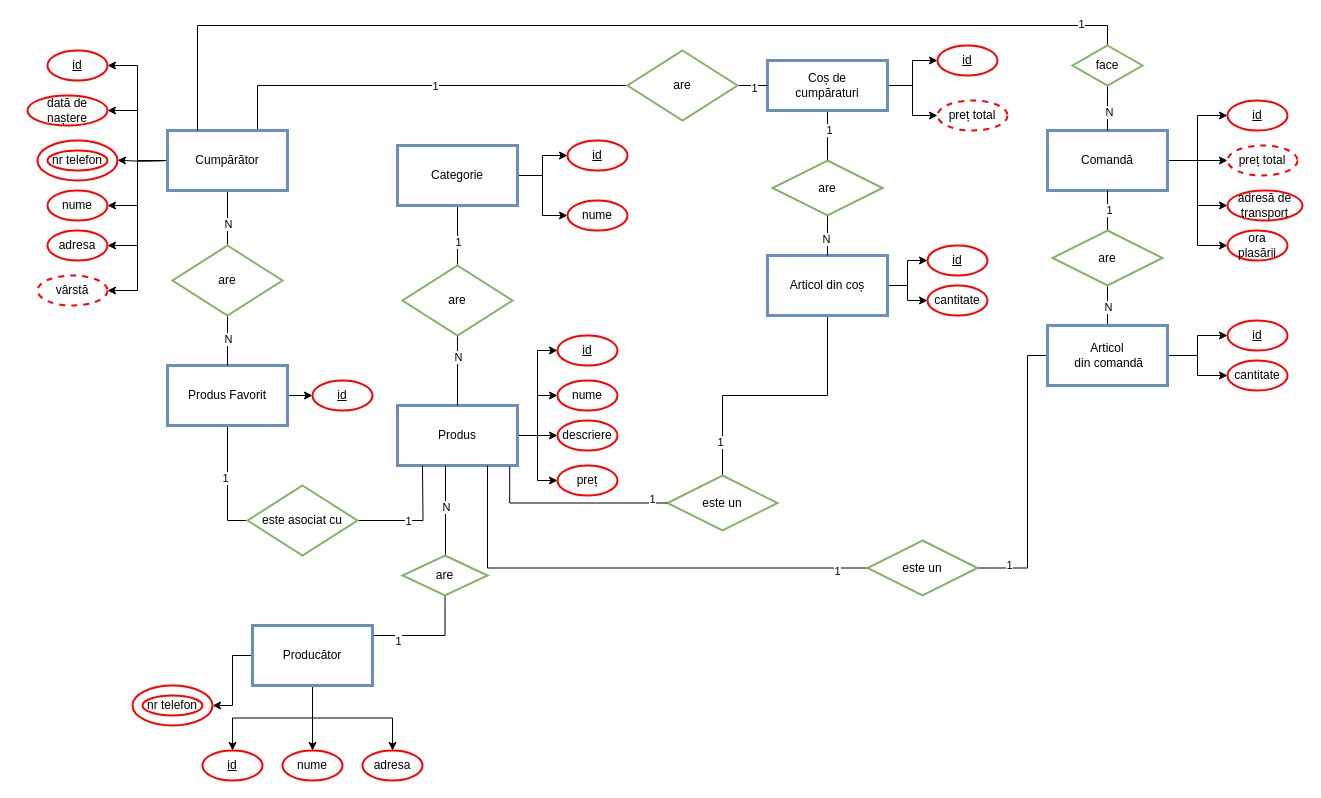
The draw.io diagram page "entity-relation diagram" (6 of 7) of use_case_diagram.drawio in ErikaRusznak/piazza-ecommerce, before the edit. Source tidied: cells renumbered, new cells numbered last; positions are measured from the earlier drawing's top-left corner, leaving out a move shared by most shapes. Both pictures are drawn from the tidied source at 100%, with x=0, y=0 at pixel (27, 25).
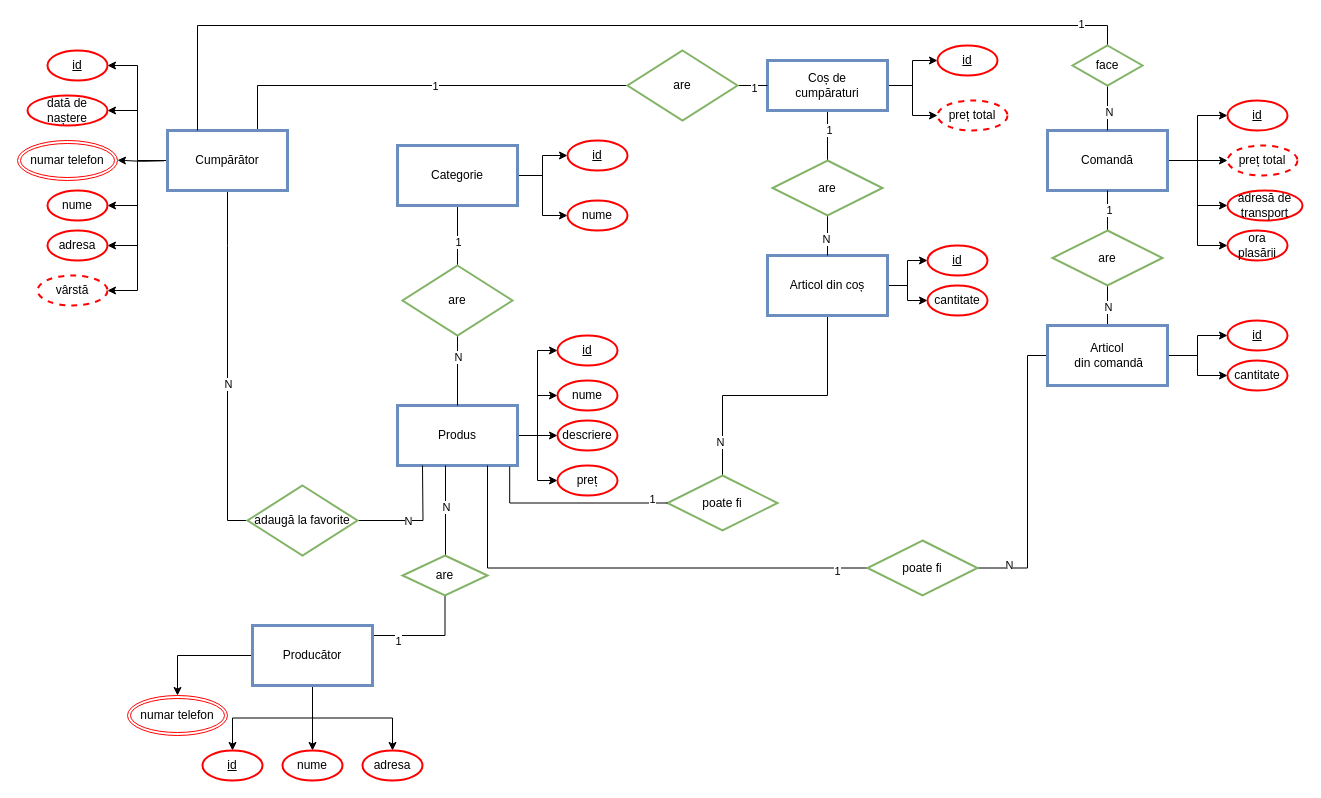
The same page after the edit.

Unchanged cells that the change refers to:
```xml
<mxCell id="8" value="Producător" style="rounded=0;whiteSpace=wrap;html=1;fillColor=none;strokeColor=#6c8ebf;strokeWidth=3;" parent="1" vertex="1">
  <mxGeometry x="225" y="600" width="120" height="60" as="geometry" />
</mxCell>
<mxCell id="19" value="Cumpărător" style="rounded=0;whiteSpace=wrap;html=1;fillColor=none;strokeColor=#6c8ebf;strokeWidth=3;" parent="1" vertex="1">
  <mxGeometry x="140" y="105" width="120" height="60" as="geometry" />
</mxCell>
<mxCell id="35" style="edgeStyle=orthogonalEdgeStyle;rounded=0;jettySize=auto;html=1;entryX=0.5;entryY=0;entryDx=0;entryDy=0;endArrow=none;endFill=0;" parent="1" edge="1" source="39" target="98">
  <mxGeometry relative="1" as="geometry" />
</mxCell>
<mxCell id="42" style="edgeStyle=orthogonalEdgeStyle;rounded=0;jettySize=auto;html=1;entryX=1;entryY=0.5;entryDx=0;entryDy=0;endArrow=none;endFill=0;" parent="1" edge="1" source="46" target="106">
  <mxGeometry relative="1" as="geometry">
    <Array as="points">
      <mxPoint x="1000" y="330" />
      <mxPoint x="1000" y="543" />
    </Array>
  </mxGeometry>
</mxCell>
<mxCell id="67" style="edgeStyle=orthogonalEdgeStyle;rounded=0;jettySize=auto;html=1;endArrow=none;endFill=0;exitX=1;exitY=0.5;exitDx=0;exitDy=0;" parent="1" edge="1" source="69">
  <mxGeometry relative="1" as="geometry">
    <mxPoint x="395" y="440" as="targetPoint" />
  </mxGeometry>
</mxCell>
```

Change to the diagram source:
```diff
@@
-    <mxCell id="7" style="edgeStyle=orthogonalEdgeStyle;rounded=0;jettySize=auto;html=1;entryX=1;entryY=0.5;entryDx=0;entryDy=0;" parent="1" edge="1" source="8" target="87">
-      <mxGeometry relative="1" as="geometry" />
-    </mxCell>
+    <mxCell id="117" style="edgeStyle=orthogonalEdgeStyle;rounded=0;jettySize=auto;html=1;" parent="1" edge="1" source="8" target="118">
+      <mxGeometry relative="1" as="geometry" />
+    </mxCell>
@@
-    <mxCell id="9" style="edgeStyle=orthogonalEdgeStyle;rounded=0;jettySize=auto;html=1;endArrow=none;endFill=0;" parent="1" edge="1" source="19" target="66">
-      <mxGeometry relative="1" as="geometry" />
+    <mxCell id="9" style="edgeStyle=orthogonalEdgeStyle;rounded=0;jettySize=auto;html=1;endArrow=none;endFill=0;" parent="1" edge="1" source="19">
+      <mxGeometry relative="1" as="geometry">
+        <mxPoint x="200" y="220" as="targetPoint" />
+      </mxGeometry>
     </mxCell>
-    <mxCell id="10" value="N" style="edgeLabel;html=1;align=center;verticalAlign=middle;" parent="9" vertex="1">
-      <mxGeometry x="0.17" relative="1" as="geometry">
-        <mxPoint y="1" as="offset" />
-      </mxGeometry>
-    </mxCell>
@@
-    <mxCell id="36" value="1" style="edgeLabel;html=1;align=center;verticalAlign=middle;" parent="35" vertex="1">
+    <mxCell id="36" value="N" style="edgeLabel;html=1;align=center;verticalAlign=middle;" parent="35" vertex="1">
       <mxGeometry x="0.74" y="-3" relative="1" as="geometry" />
     </mxCell>
@@
-    <mxCell id="43" value="1" style="edgeLabel;html=1;align=center;verticalAlign=middle;" parent="42" vertex="1">
+    <mxCell id="43" value="N" style="edgeLabel;html=1;align=center;verticalAlign=middle;" parent="42" vertex="1">
       <mxGeometry x="0.78" y="-3" relative="1" as="geometry" />
     </mxCell>
@@
-    <mxCell id="52" style="edgeStyle=orthogonalEdgeStyle;rounded=0;jettySize=auto;html=1;entryX=0;entryY=0.5;entryDx=0;entryDy=0;endArrow=none;endFill=0;" parent="1" edge="1" source="55" target="69">
-      <mxGeometry relative="1" as="geometry" />
-    </mxCell>
-    <mxCell id="53" value="1" style="edgeLabel;html=1;align=center;verticalAlign=middle;" parent="52" vertex="1">
-      <mxGeometry x="-0.09" y="-3" relative="1" as="geometry" />
-    </mxCell>
-    <mxCell id="54" style="edgeStyle=orthogonalEdgeStyle;rounded=0;jettySize=auto;html=1;entryX=0;entryY=0.5;entryDx=0;entryDy=0;" parent="1" edge="1" source="55" target="94">
-      <mxGeometry relative="1" as="geometry" />
-    </mxCell>
-    <mxCell id="55" value="Produs Favorit" style="rounded=0;whiteSpace=wrap;html=1;fillColor=none;strokeColor=#6c8ebf;strokeWidth=3;" parent="1" vertex="1">
-      <mxGeometry x="140" y="340" width="120" height="60" as="geometry" />
-    </mxCell>
@@
-    <mxCell id="64" style="edgeStyle=orthogonalEdgeStyle;rounded=0;jettySize=auto;html=1;entryX=0.5;entryY=0;entryDx=0;entryDy=0;endArrow=none;endFill=0;" parent="1" edge="1" source="66" target="55">
-      <mxGeometry relative="1" as="geometry" />
+    <mxCell id="64" style="edgeStyle=orthogonalEdgeStyle;rounded=0;jettySize=auto;html=1;endArrow=none;endFill=0;entryX=0;entryY=0.5;entryDx=0;entryDy=0;" parent="1" edge="1" target="69">
+      <mxGeometry relative="1" as="geometry">
+        <mxPoint x="200" y="220" as="sourcePoint" />
+        <Array as="points">
+          <mxPoint x="200" y="495" />
+        </Array>
+      </mxGeometry>
     </mxCell>
@@
-    <mxCell id="66" value="are" style="rhombus;whiteSpace=wrap;html=1;fillColor=none;strokeColor=#82b366;strokeWidth=2;" parent="1" vertex="1">
-      <mxGeometry x="145" y="220" width="110" height="70" as="geometry" />
-    </mxCell>
@@
-    <mxCell id="68" value="1" style="edgeLabel;html=1;align=center;verticalAlign=middle;" parent="67" vertex="1">
+    <mxCell id="68" value="N" style="edgeLabel;html=1;align=center;verticalAlign=middle;" parent="67" vertex="1">
       <mxGeometry x="-0.17" relative="1" as="geometry" />
     </mxCell>
-    <mxCell id="69" value="este asociat cu" style="rhombus;whiteSpace=wrap;html=1;fillColor=none;strokeColor=#82b366;strokeWidth=2;" parent="1" vertex="1">
+    <mxCell id="69" value="adaugă la favorite" style="rhombus;whiteSpace=wrap;html=1;fillColor=none;strokeColor=#82b366;strokeWidth=2;" parent="1" vertex="1">
       <mxGeometry x="220" y="460" width="110" height="70" as="geometry" />
     </mxCell>
@@
-    <mxCell id="75" style="ellipse;whiteSpace=wrap;html=1;fillColor=none;strokeColor=#FF0000;strokeWidth=2;" parent="1" vertex="1">
-      <mxGeometry x="10" y="115" width="80" height="40" as="geometry" />
-    </mxCell>
-    <mxCell id="76" value="nr telefon" style="ellipse;whiteSpace=wrap;html=1;fillColor=none;strokeColor=#FF0000;strokeWidth=2;" parent="1" vertex="1">
-      <mxGeometry x="20" y="125" width="60" height="20" as="geometry" />
-    </mxCell>
@@
-    <mxCell id="87" style="ellipse;whiteSpace=wrap;html=1;fillColor=none;strokeColor=#FF0000;strokeWidth=2;" parent="1" vertex="1">
-      <mxGeometry x="105" y="660" width="80" height="40" as="geometry" />
-    </mxCell>
-    <mxCell id="88" value="nr telefon" style="ellipse;whiteSpace=wrap;html=1;fillColor=none;strokeColor=#FF0000;strokeWidth=2;" parent="1" vertex="1">
-      <mxGeometry x="115" y="670" width="60" height="20" as="geometry" />
-    </mxCell>
@@
-    <mxCell id="94" value="&lt;u&gt;id&lt;/u&gt;" style="ellipse;whiteSpace=wrap;html=1;fillColor=none;strokeColor=#FF0000;strokeWidth=2;" parent="1" vertex="1">
-      <mxGeometry x="285" y="355" width="60" height="30" as="geometry" />
-    </mxCell>
@@
-    <mxCell id="98" value="este un" style="rhombus;whiteSpace=wrap;html=1;fillColor=none;strokeColor=#82b366;strokeWidth=2;" parent="1" vertex="1">
+    <mxCell id="98" value="poate fi" style="rhombus;whiteSpace=wrap;html=1;fillColor=none;strokeColor=#82b366;strokeWidth=2;" parent="1" vertex="1">
       <mxGeometry x="640" y="450" width="110" height="55" as="geometry" />
     </mxCell>
@@
-    <mxCell id="106" value="este un" style="rhombus;whiteSpace=wrap;html=1;fillColor=none;strokeColor=#82b366;strokeWidth=2;" parent="1" vertex="1">
+    <mxCell id="106" value="poate fi" style="rhombus;whiteSpace=wrap;html=1;fillColor=none;strokeColor=#82b366;strokeWidth=2;" parent="1" vertex="1">
       <mxGeometry x="840" y="515" width="110" height="55" as="geometry" />
     </mxCell>
@@
+    <mxCell id="118" value="numar telefon" style="ellipse;shape=doubleEllipse;margin=3;whiteSpace=wrap;html=1;align=center;fillColor=none;strokeColor=#FF0000;strokeWidth=1;" parent="1" vertex="1">
+      <mxGeometry x="100" y="670" width="100" height="40" as="geometry" />
+    </mxCell>
+    <mxCell id="119" value="numar telefon" style="ellipse;shape=doubleEllipse;margin=3;whiteSpace=wrap;html=1;align=center;fillColor=none;strokeColor=#FF0000;strokeWidth=1;" parent="1" vertex="1">
+      <mxGeometry x="-10" y="115" width="100" height="40" as="geometry" />
+    </mxCell>
```
